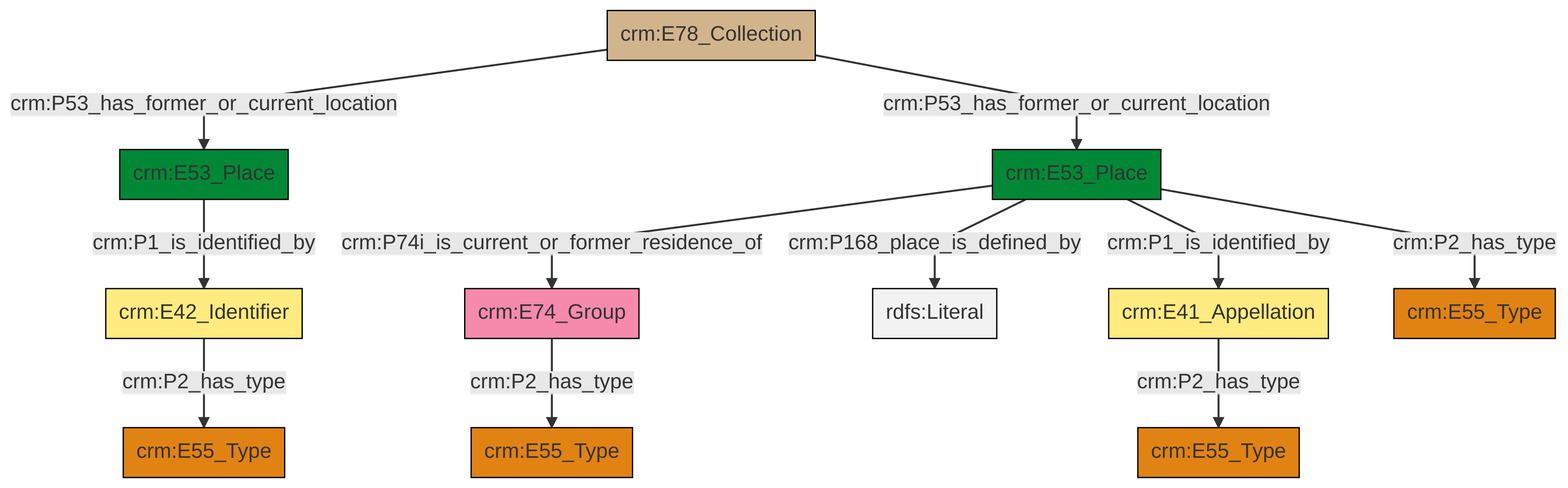
swiss-art-research-net/docs.swissartresearch keeps this Mermaid diagram as et/archivalCSV/ttl/mmd/png/archival_location.png. Above is the earlier version. Its source is kept beside it as et/archivalCSV/ttl/mmd/archival_location.ttl.mmd.
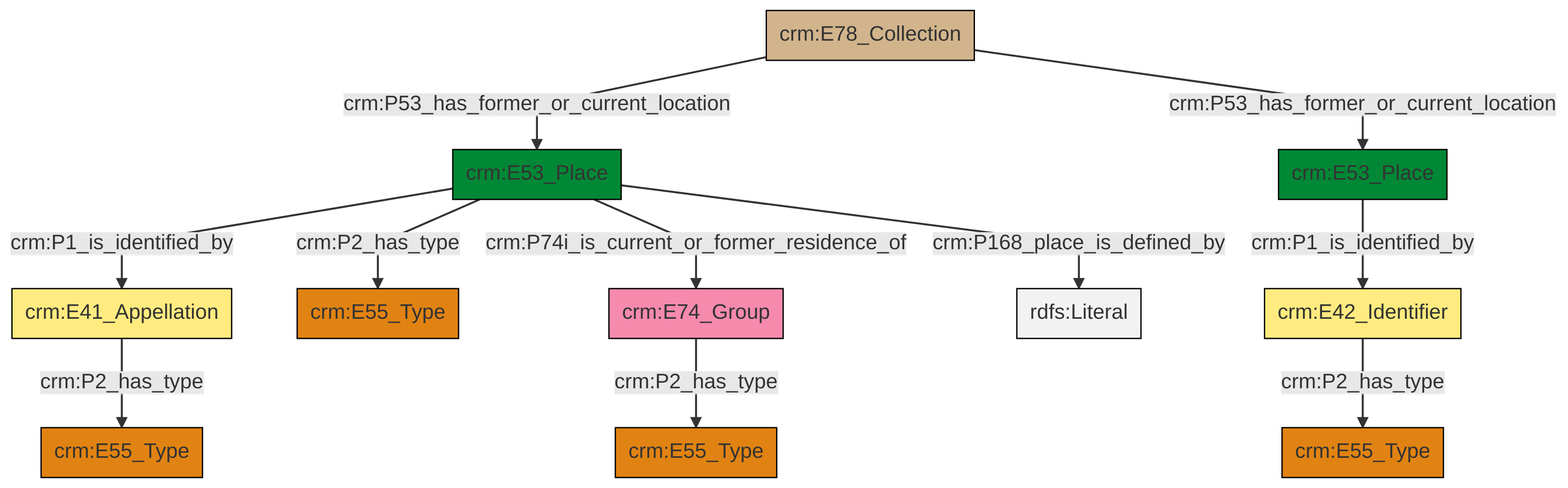
After the change.

What changed in the source:
```diff
@@ -13,13 +13,13 @@
 classDef PC_Classes fill:#4ce600, stroke:#000000;
 classDef Multi fill:#cccccc,stroke:#000000;
 
-4["crm:E78_Collection"]:::Physical_Thing -->|crm:P53_has_former_or_current_location| 5["crm:E53_Place"]:::Place
-6["crm:E53_Place"]:::Place -->|crm:P74i_is_current_or_former_residence_of| 7["crm:E74_Group"]:::Actor
-6["crm:E53_Place"]:::Place -->|crm:P168_place_is_defined_by| 12[rdfs:Literal]:::Literal
-2["crm:E41_Appellation"]:::Appellation -->|crm:P2_has_type| 13["crm:E55_Type"]:::Type
-5["crm:E53_Place"]:::Place -->|crm:P1_is_identified_by| 16["crm:E42_Identifier"]:::Appellation
-6["crm:E53_Place"]:::Place -->|crm:P1_is_identified_by| 2["crm:E41_Appellation"]:::Appellation
-6["crm:E53_Place"]:::Place -->|crm:P2_has_type| 21["crm:E55_Type"]:::Type
-7["crm:E74_Group"]:::Actor -->|crm:P2_has_type| 0["crm:E55_Type"]:::Type
-4["crm:E78_Collection"]:::Physical_Thing -->|crm:P53_has_former_or_current_location| 6["crm:E53_Place"]:::Place
-16["crm:E42_Identifier"]:::Appellation -->|crm:P2_has_type| 18["crm:E55_Type"]:::Type
+0["crm:E53_Place"]:::Place -->|crm:P1_is_identified_by| 1["crm:E41_Appellation"]:::Appellation
+4["crm:E53_Place"]:::Place -->|crm:P1_is_identified_by| 5["crm:E42_Identifier"]:::Appellation
+1["crm:E41_Appellation"]:::Appellation -->|crm:P2_has_type| 11["crm:E55_Type"]:::Type
+5["crm:E42_Identifier"]:::Appellation -->|crm:P2_has_type| 8["crm:E55_Type"]:::Type
+0["crm:E53_Place"]:::Place -->|crm:P2_has_type| 2["crm:E55_Type"]:::Type
+16["crm:E78_Collection"]:::Physical_Thing -->|crm:P53_has_former_or_current_location| 0["crm:E53_Place"]:::Place
+16["crm:E78_Collection"]:::Physical_Thing -->|crm:P53_has_former_or_current_location| 4["crm:E53_Place"]:::Place
+0["crm:E53_Place"]:::Place -->|crm:P74i_is_current_or_former_residence_of| 19["crm:E74_Group"]:::Actor
+0["crm:E53_Place"]:::Place -->|crm:P168_place_is_defined_by| 24[rdfs:Literal]:::Literal
+19["crm:E74_Group"]:::Actor -->|crm:P2_has_type| 12["crm:E55_Type"]:::Type
```
